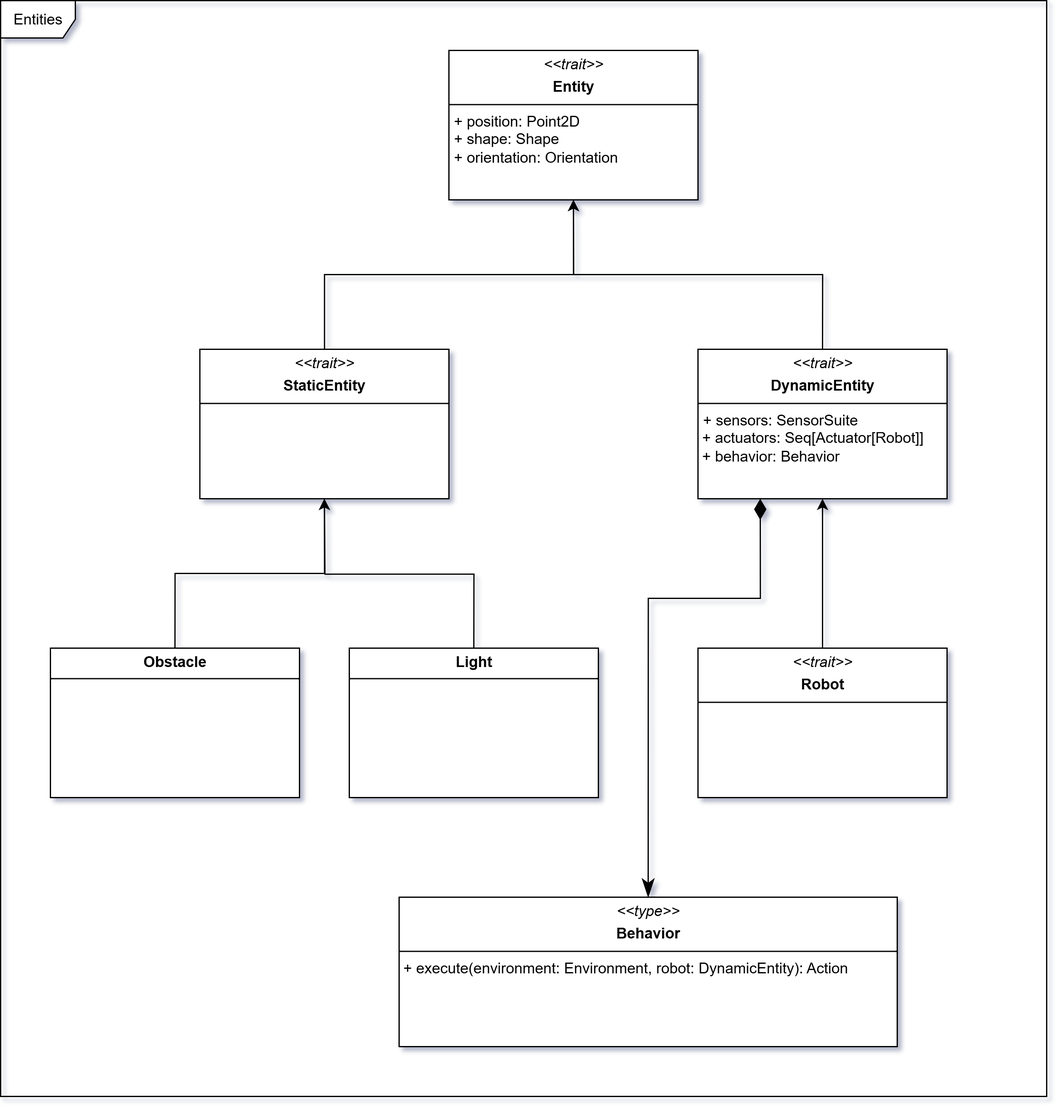
Earlier version of the draw.io export docs/static/img/04-detailed-design/entities.png (Scala-Robotics-Simulator/PPS-22-srs). Source tidied: cells renumbered, new cells last; positions are measured from the earlier drawing's top-left corner, leaving out a move shared by most shapes.
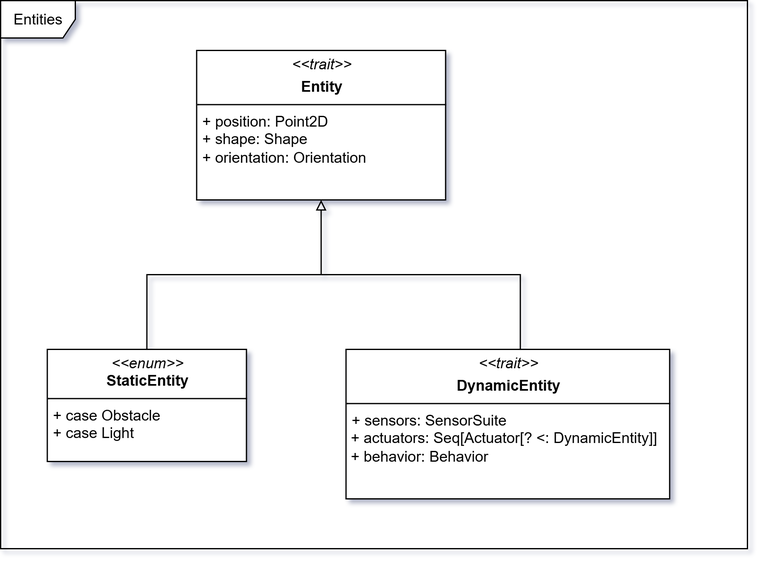
After the change.

Change to the diagram source:
```diff
@@ -3,64 +3,33 @@
     <mxCell id="0" />
     <mxCell id="1" parent="0" />
     <mxCell id="2" value="&lt;p style=&quot;margin:0px;margin-top:4px;text-align:center;&quot;&gt;&lt;i&gt;&amp;lt;&amp;lt;trait&amp;gt;&amp;gt;&lt;/i&gt;&lt;/p&gt;&lt;p style=&quot;margin:0px;margin-top:4px;text-align:center;&quot;&gt;&lt;b&gt;Entity&lt;/b&gt;&lt;/p&gt;&lt;hr size=&quot;1&quot; style=&quot;border-style:solid;&quot;&gt;&lt;p style=&quot;margin:0px;margin-left:4px;&quot;&gt;+ position: Point2D&lt;/p&gt;&lt;p style=&quot;margin:0px;margin-left:4px;&quot;&gt;+ shape: Shape&lt;/p&gt;&lt;p style=&quot;margin:0px;margin-left:4px;&quot;&gt;+ orientation: Orientation&lt;/p&gt;" style="verticalAlign=top;align=left;overflow=fill;html=1;whiteSpace=wrap;" parent="1" vertex="1">
-      <mxGeometry x="360" y="40" width="200" height="120" as="geometry" />
+      <mxGeometry x="237.5" y="40" width="200" height="120" as="geometry" />
     </mxCell>
-    <mxCell id="3" style="edgeStyle=orthogonalEdgeStyle;rounded=0;jettySize=auto;html=1;entryX=0.5;entryY=1;entryDx=0;entryDy=0;" parent="1" edge="1" source="4" target="2">
-      <mxGeometry relative="1" as="geometry" />
+    <mxCell id="3" style="edgeStyle=orthogonalEdgeStyle;rounded=0;jettySize=auto;html=1;exitX=0.5;exitY=0;exitDx=0;exitDy=0;endArrow=block;endFill=0;" parent="1" edge="1" source="4">
+      <mxGeometry relative="1" as="geometry">
+        <mxPoint x="337.5" y="160" as="targetPoint" />
+        <Array as="points">
+          <mxPoint x="497.5" y="220" />
+          <mxPoint x="337.5" y="220" />
+        </Array>
+      </mxGeometry>
     </mxCell>
-    <mxCell id="4" value="&lt;p style=&quot;margin:0px;margin-top:4px;text-align:center;&quot;&gt;&lt;i&gt;&amp;lt;&amp;lt;trait&amp;gt;&amp;gt;&lt;/i&gt;&lt;/p&gt;&lt;p style=&quot;margin:0px;margin-top:4px;text-align:center;&quot;&gt;&lt;b&gt;StaticEntity&lt;/b&gt;&lt;/p&gt;&lt;hr size=&quot;1&quot; style=&quot;border-style:solid;&quot;&gt;" style="verticalAlign=top;align=left;overflow=fill;html=1;whiteSpace=wrap;" parent="1" vertex="1">
-      <mxGeometry x="160" y="280" width="200" height="120" as="geometry" />
+    <mxCell id="4" value="&lt;p style=&quot;margin:0px;margin-top:4px;text-align:center;&quot;&gt;&lt;i&gt;&amp;lt;&amp;lt;trait&amp;gt;&amp;gt;&lt;/i&gt;&lt;/p&gt;&lt;p style=&quot;margin:0px;margin-top:4px;text-align:center;&quot;&gt;&lt;b&gt;DynamicEntity&lt;/b&gt;&lt;/p&gt;&lt;hr size=&quot;1&quot; style=&quot;border-style:solid;&quot;&gt;&lt;p style=&quot;margin:0px;margin-left:4px;&quot;&gt;+ sensors: SensorSuite&lt;/p&gt;&lt;div&gt;&amp;nbsp;+&amp;nbsp;actuators: Seq[Actuator[? &amp;lt;: DynamicEntity]]&lt;/div&gt;&lt;div&gt;&amp;nbsp;+ behavior: Behavior&lt;/div&gt;&lt;p style=&quot;margin:0px;margin-left:4px;&quot;&gt;&lt;br&gt;&lt;/p&gt;" style="verticalAlign=top;align=left;overflow=fill;html=1;whiteSpace=wrap;" parent="1" vertex="1">
+      <mxGeometry x="357.5" y="280" width="260" height="120" as="geometry" />
     </mxCell>
-    <mxCell id="5" style="edgeStyle=orthogonalEdgeStyle;rounded=0;jettySize=auto;html=1;exitX=0.5;exitY=0;exitDx=0;exitDy=0;" parent="1" edge="1" source="6">
-      <mxGeometry relative="1" as="geometry">
-        <mxPoint x="460" y="160" as="targetPoint" />
-        <Array as="points">
-          <mxPoint x="660" y="220" />
-          <mxPoint x="460" y="220" />
-        </Array>
-      </mxGeometry>
+    <mxCell id="5" value="Entities" style="shape=umlFrame;whiteSpace=wrap;html=1;" parent="1" vertex="1">
+      <mxGeometry x="80" width="600" height="440" as="geometry" />
     </mxCell>
-    <mxCell id="6" value="&lt;p style=&quot;margin:0px;margin-top:4px;text-align:center;&quot;&gt;&lt;i&gt;&amp;lt;&amp;lt;trait&amp;gt;&amp;gt;&lt;/i&gt;&lt;/p&gt;&lt;p style=&quot;margin:0px;margin-top:4px;text-align:center;&quot;&gt;&lt;b&gt;DynamicEntity&lt;/b&gt;&lt;/p&gt;&lt;hr size=&quot;1&quot; style=&quot;border-style:solid;&quot;&gt;&lt;p style=&quot;margin:0px;margin-left:4px;&quot;&gt;+ sensors: SensorSuite&lt;/p&gt;&lt;div&gt;&amp;nbsp;+ actuators: Seq[Actuator[Robot]]&lt;/div&gt;&lt;div&gt;&amp;nbsp;+ behavior: Behavior&lt;/div&gt;&lt;p style=&quot;margin:0px;margin-left:4px;&quot;&gt;&lt;br&gt;&lt;/p&gt;" style="verticalAlign=top;align=left;overflow=fill;html=1;whiteSpace=wrap;" parent="1" vertex="1">
-      <mxGeometry x="560" y="280" width="200" height="120" as="geometry" />
+    <mxCell id="6" style="edgeStyle=orthogonalEdgeStyle;rounded=0;jettySize=auto;html=1;exitX=0.5;exitY=0;exitDx=0;exitDy=0;endArrow=none;endFill=0;" parent="1" edge="1" source="7">
+      <mxGeometry relative="1" as="geometry">
+        <mxPoint x="340" y="220" as="targetPoint" />
+        <Array as="points">
+          <mxPoint x="198" y="220" />
+        </Array>
+      </mxGeometry>
     </mxCell>
-    <mxCell id="7" style="edgeStyle=orthogonalEdgeStyle;rounded=0;jettySize=auto;html=1;entryX=0.5;entryY=1;entryDx=0;entryDy=0;exitX=0.5;exitY=0;exitDx=0;exitDy=0;" parent="1" edge="1" source="8" target="4">
-      <mxGeometry relative="1" as="geometry">
-        <Array as="points">
-          <mxPoint x="140" y="460" />
-          <mxPoint x="260" y="460" />
-        </Array>
-      </mxGeometry>
+    <mxCell id="7" value="&lt;p style=&quot;margin:0px;margin-top:4px;text-align:center;&quot;&gt;&lt;i&gt;&amp;lt;&amp;lt;enum&amp;gt;&amp;gt;&lt;br&gt;&lt;/i&gt;&lt;b&gt;StaticEntity&lt;/b&gt;&lt;/p&gt;&lt;hr size=&quot;1&quot; style=&quot;border-style:solid;&quot;&gt;&lt;p style=&quot;margin:0px;margin-left:4px;&quot;&gt;+ case Obstacle&lt;/p&gt;&lt;p style=&quot;margin:0px;margin-left:4px;&quot;&gt;+ case Light&lt;/p&gt;" style="verticalAlign=top;align=left;overflow=fill;html=1;whiteSpace=wrap;" parent="1" vertex="1">
+      <mxGeometry x="117.5" y="280" width="160" height="90" as="geometry" />
     </mxCell>
-    <mxCell id="8" value="&lt;p style=&quot;margin:0px;margin-top:4px;text-align:center;&quot;&gt;&lt;b style=&quot;background-color: transparent; color: light-dark(rgb(0, 0, 0), rgb(255, 255, 255));&quot;&gt;Obstacle&lt;/b&gt;&lt;/p&gt;&lt;hr size=&quot;1&quot; style=&quot;border-style:solid;&quot;&gt;" style="verticalAlign=top;align=left;overflow=fill;html=1;whiteSpace=wrap;" parent="1" vertex="1">
-      <mxGeometry x="40" y="520" width="200" height="120" as="geometry" />
-    </mxCell>
-    <mxCell id="9" style="edgeStyle=orthogonalEdgeStyle;rounded=0;jettySize=auto;html=1;exitX=0.5;exitY=0;exitDx=0;exitDy=0;" parent="1" edge="1" source="10">
-      <mxGeometry relative="1" as="geometry">
-        <mxPoint x="260" y="400" as="targetPoint" />
-      </mxGeometry>
-    </mxCell>
-    <mxCell id="10" value="&lt;p style=&quot;margin:0px;margin-top:4px;text-align:center;&quot;&gt;&lt;b style=&quot;background-color: transparent; color: light-dark(rgb(0, 0, 0), rgb(255, 255, 255));&quot;&gt;Light&lt;/b&gt;&lt;/p&gt;&lt;hr size=&quot;1&quot; style=&quot;border-style:solid;&quot;&gt;" style="verticalAlign=top;align=left;overflow=fill;html=1;whiteSpace=wrap;" parent="1" vertex="1">
-      <mxGeometry x="280" y="520" width="200" height="120" as="geometry" />
-    </mxCell>
-    <mxCell id="11" style="edgeStyle=orthogonalEdgeStyle;rounded=0;jettySize=auto;html=1;entryX=0.5;entryY=1;entryDx=0;entryDy=0;" parent="1" edge="1" source="12" target="6">
-      <mxGeometry relative="1" as="geometry" />
-    </mxCell>
-    <mxCell id="12" value="&lt;p style=&quot;margin:0px;margin-top:4px;text-align:center;&quot;&gt;&lt;i&gt;&amp;lt;&amp;lt;trait&amp;gt;&amp;gt;&lt;/i&gt;&lt;/p&gt;&lt;p style=&quot;margin:0px;margin-top:4px;text-align:center;&quot;&gt;&lt;b&gt;Robot&lt;/b&gt;&lt;/p&gt;&lt;hr size=&quot;1&quot; style=&quot;border-style:solid;&quot;&gt;" style="verticalAlign=top;align=left;overflow=fill;html=1;whiteSpace=wrap;" parent="1" vertex="1">
-      <mxGeometry x="560" y="520" width="200" height="120" as="geometry" />
-    </mxCell>
-    <mxCell id="13" value="Entities" style="shape=umlFrame;whiteSpace=wrap;html=1;" parent="1" vertex="1">
-      <mxGeometry width="840" height="880" as="geometry" />
-    </mxCell>
-    <mxCell id="14" value="&lt;p style=&quot;margin:0px;margin-top:4px;text-align:center;&quot;&gt;&lt;i&gt;&amp;lt;&amp;lt;type&amp;gt;&amp;gt;&lt;/i&gt;&lt;/p&gt;&lt;p style=&quot;margin:0px;margin-top:4px;text-align:center;&quot;&gt;&lt;b&gt;Behavior&lt;/b&gt;&lt;/p&gt;&lt;hr size=&quot;1&quot; style=&quot;border-style:solid;&quot;&gt;&amp;nbsp;+ execute(environment: Environment, robot: DynamicEntity): Action&lt;div&gt;&lt;br&gt;&lt;/div&gt;" style="verticalAlign=top;align=left;overflow=fill;html=1;whiteSpace=wrap;" parent="1" vertex="1">
-      <mxGeometry x="320" y="720" width="400" height="120" as="geometry" />
-    </mxCell>
-    <mxCell id="15" style="endArrow=classicThin;html=1;endSize=12;startArrow=diamondThin;startSize=14;startFill=1;edgeStyle=orthogonalEdgeStyle;align=left;verticalAlign=bottom;rounded=0;exitX=0.25;exitY=1;exitDx=0;exitDy=0;entryX=0.5;entryY=0;entryDx=0;entryDy=0;endFill=1;" parent="1" edge="1" source="6" target="14">
-      <mxGeometry x="-1" y="3" relative="1" as="geometry">
-        <Array as="points">
-          <mxPoint x="610" y="480" />
-          <mxPoint x="520" y="480" />
-        </Array>
-      </mxGeometry>
-    </mxCell>
   </root>
 </mxGraphModel>
```
